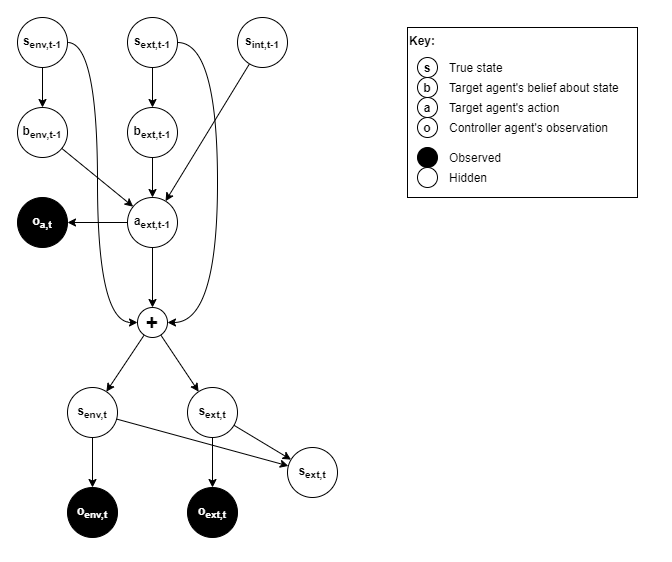
The draw.io diagram files/Autonomous-monitoring-and-control-target-behaviour-model.png in malcolmlett/malcolmlett.github.io, before a commit. Source tidied: cells renumbered, new cells last; positions are measured from the earlier drawing's top-left corner, leaving out a move shared by most shapes. The source it was exported from:
```xml
<mxGraphModel>
  <root>
    <mxCell id="0" />
    <mxCell id="1" parent="0" />
    <mxCell id="2" value="o&lt;sub&gt;a,t&lt;/sub&gt;" style="ellipse;whiteSpace=wrap;html=1;fontStyle=1;fontSize=12;fillColor=#000000;fontColor=#FFFFFF;" parent="1" vertex="1">
      <mxGeometry y="180" width="50" height="50" as="geometry" />
    </mxCell>
    <mxCell id="3" style="edgeStyle=none;rounded=0;jettySize=auto;html=1;fontSize=21;" parent="1" edge="1" source="5" target="12">
      <mxGeometry relative="1" as="geometry" />
    </mxCell>
    <mxCell id="4" style="edgeStyle=orthogonalEdgeStyle;curved=1;rounded=0;jettySize=auto;html=1;fontSize=21;entryX=0;entryY=0.5;entryDx=0;entryDy=0;" parent="1" edge="1" source="5" target="20">
      <mxGeometry relative="1" as="geometry">
        <Array as="points">
          <mxPoint x="80" y="25" />
          <mxPoint x="80" y="305" />
        </Array>
      </mxGeometry>
    </mxCell>
    <mxCell id="5" value="s&lt;sub&gt;env,t-1&lt;/sub&gt;" style="ellipse;whiteSpace=wrap;html=1;fontStyle=1;fontSize=12;" parent="1" vertex="1">
      <mxGeometry width="50" height="50" as="geometry" />
    </mxCell>
    <mxCell id="6" style="edgeStyle=none;rounded=0;jettySize=auto;html=1;fontSize=21;" parent="1" edge="1" source="8" target="14">
      <mxGeometry relative="1" as="geometry" />
    </mxCell>
    <mxCell id="7" style="edgeStyle=orthogonalEdgeStyle;rounded=0;jettySize=auto;html=1;fontSize=21;curved=1;" parent="1" edge="1" source="8" target="20">
      <mxGeometry relative="1" as="geometry">
        <Array as="points">
          <mxPoint x="200" y="25" />
          <mxPoint x="200" y="305" />
        </Array>
      </mxGeometry>
    </mxCell>
    <mxCell id="8" value="&lt;span style=&quot;font-size: 12px&quot;&gt;s&lt;/span&gt;&lt;sub&gt;ext,t-1&lt;/sub&gt;" style="ellipse;whiteSpace=wrap;html=1;fontStyle=1;fontSize=12;" parent="1" vertex="1">
      <mxGeometry x="110" width="50" height="50" as="geometry" />
    </mxCell>
    <mxCell id="9" style="edgeStyle=none;rounded=0;jettySize=auto;html=1;fontSize=21;" parent="1" edge="1" source="10" target="17">
      <mxGeometry relative="1" as="geometry" />
    </mxCell>
    <mxCell id="10" value="s&lt;sub&gt;int,t-1&lt;/sub&gt;" style="ellipse;whiteSpace=wrap;html=1;fontStyle=1;fontSize=12;" parent="1" vertex="1">
      <mxGeometry x="220" width="50" height="50" as="geometry" />
    </mxCell>
    <mxCell id="11" style="rounded=0;jettySize=auto;html=1;fontSize=21;" parent="1" edge="1" source="12" target="17">
      <mxGeometry relative="1" as="geometry" />
    </mxCell>
    <mxCell id="12" value="&lt;span style=&quot;font-size: 12px&quot;&gt;b&lt;/span&gt;&lt;sub&gt;env,t-1&lt;/sub&gt;" style="ellipse;whiteSpace=wrap;html=1;fontStyle=1;fontSize=12;" parent="1" vertex="1">
      <mxGeometry y="90" width="50" height="50" as="geometry" />
    </mxCell>
    <mxCell id="13" style="edgeStyle=orthogonalEdgeStyle;rounded=0;jettySize=auto;html=1;fontSize=21;" parent="1" edge="1" source="14" target="17">
      <mxGeometry relative="1" as="geometry" />
    </mxCell>
    <mxCell id="14" value="&lt;span style=&quot;font-size: 12px&quot;&gt;b&lt;/span&gt;&lt;sub&gt;ext,t-1&lt;/sub&gt;" style="ellipse;whiteSpace=wrap;html=1;fontStyle=1;fontSize=12;" parent="1" vertex="1">
      <mxGeometry x="110" y="90" width="50" height="50" as="geometry" />
    </mxCell>
    <mxCell id="15" style="edgeStyle=orthogonalEdgeStyle;rounded=0;jettySize=auto;html=1;fontSize=21;" parent="1" edge="1" source="17" target="2">
      <mxGeometry relative="1" as="geometry" />
    </mxCell>
    <mxCell id="16" style="rounded=0;jettySize=auto;html=1;fontSize=21;" parent="1" edge="1" source="17" target="20">
      <mxGeometry relative="1" as="geometry" />
    </mxCell>
    <mxCell id="17" value="&lt;span style=&quot;font-size: 12px&quot;&gt;a&lt;/span&gt;&lt;sub&gt;ext,t-1&lt;/sub&gt;" style="ellipse;whiteSpace=wrap;html=1;fontStyle=1;fontSize=12;" parent="1" vertex="1">
      <mxGeometry x="110" y="180" width="50" height="50" as="geometry" />
    </mxCell>
    <mxCell id="18" style="edgeStyle=none;rounded=0;jettySize=auto;html=1;fontSize=21;" parent="1" edge="1" source="20" target="23">
      <mxGeometry relative="1" as="geometry" />
    </mxCell>
    <mxCell id="19" style="edgeStyle=none;rounded=0;jettySize=auto;html=1;fontSize=21;" parent="1" edge="1" source="20" target="26">
      <mxGeometry relative="1" as="geometry" />
    </mxCell>
    <mxCell id="20" value="+" style="ellipse;whiteSpace=wrap;html=1;fontStyle=1;fontSize=21;" parent="1" vertex="1">
      <mxGeometry x="120" y="290" width="30" height="30" as="geometry" />
    </mxCell>
    <mxCell id="21" style="edgeStyle=none;rounded=0;jettySize=auto;html=1;fontSize=21;" parent="1" edge="1" source="23" target="28">
      <mxGeometry relative="1" as="geometry" />
    </mxCell>
    <mxCell id="22" style="edgeStyle=none;rounded=0;jettySize=auto;html=1;fontSize=21;" parent="1" edge="1" source="23" target="27">
      <mxGeometry relative="1" as="geometry" />
    </mxCell>
    <mxCell id="23" value="s&lt;sub&gt;env,t&lt;/sub&gt;" style="ellipse;whiteSpace=wrap;html=1;fontStyle=1;fontSize=12;" parent="1" vertex="1">
      <mxGeometry x="50" y="370" width="50" height="50" as="geometry" />
    </mxCell>
    <mxCell id="24" style="edgeStyle=none;rounded=0;jettySize=auto;html=1;fontSize=21;" parent="1" edge="1" source="26" target="29">
      <mxGeometry relative="1" as="geometry" />
    </mxCell>
    <mxCell id="25" style="edgeStyle=none;rounded=0;jettySize=auto;html=1;fontSize=21;" parent="1" edge="1" source="26" target="27">
      <mxGeometry relative="1" as="geometry" />
    </mxCell>
    <mxCell id="26" value="s&lt;sub&gt;ext,t&lt;/sub&gt;" style="ellipse;whiteSpace=wrap;html=1;fontStyle=1;fontSize=12;" parent="1" vertex="1">
      <mxGeometry x="170" y="370" width="50" height="50" as="geometry" />
    </mxCell>
    <mxCell id="27" value="s&lt;sub&gt;ext,t&lt;/sub&gt;" style="ellipse;whiteSpace=wrap;html=1;fontStyle=1;fontSize=12;" parent="1" vertex="1">
      <mxGeometry x="270" y="430" width="50" height="50" as="geometry" />
    </mxCell>
    <mxCell id="28" value="o&lt;sub&gt;env,t&lt;/sub&gt;" style="ellipse;whiteSpace=wrap;html=1;fontStyle=1;fontSize=12;fillColor=#000000;fontColor=#FFFFFF;" parent="1" vertex="1">
      <mxGeometry x="50" y="470" width="50" height="50" as="geometry" />
    </mxCell>
    <mxCell id="29" value="o&lt;sub&gt;ext,t&lt;/sub&gt;" style="ellipse;whiteSpace=wrap;html=1;fontStyle=1;fontSize=12;fillColor=#000000;fontColor=#FFFFFF;" parent="1" vertex="1">
      <mxGeometry x="170" y="470" width="50" height="50" as="geometry" />
    </mxCell>
    <mxCell id="30" value="Key:" style="rounded=0;whiteSpace=wrap;html=1;fontStyle=1;align=left;verticalAlign=top;" parent="1" vertex="1">
      <mxGeometry x="390" y="10" width="230" height="170" as="geometry" />
    </mxCell>
    <mxCell id="31" value="s" style="ellipse;whiteSpace=wrap;html=1;fontStyle=1;fontSize=12;" parent="1" vertex="1">
      <mxGeometry x="400" y="40" width="20" height="20" as="geometry" />
    </mxCell>
    <mxCell id="32" value="b" style="ellipse;whiteSpace=wrap;html=1;fontStyle=1;fontSize=12;" parent="1" vertex="1">
      <mxGeometry x="400" y="60" width="20" height="20" as="geometry" />
    </mxCell>
    <mxCell id="33" value="a" style="ellipse;whiteSpace=wrap;html=1;fontStyle=1;fontSize=12;" parent="1" vertex="1">
      <mxGeometry x="400" y="80" width="20" height="20" as="geometry" />
    </mxCell>
    <mxCell id="34" value="o" style="ellipse;whiteSpace=wrap;html=1;fontStyle=1;fontSize=12;" parent="1" vertex="1">
      <mxGeometry x="400" y="100" width="20" height="20" as="geometry" />
    </mxCell>
    <mxCell id="35" value="True state" style="text;html=1;strokeColor=none;fillColor=none;align=left;verticalAlign=middle;whiteSpace=wrap;rounded=0;fontSize=12;" parent="1" vertex="1">
      <mxGeometry x="430" y="40" width="110" height="20" as="geometry" />
    </mxCell>
    <mxCell id="36" value="Target agent's belief about state" style="text;html=1;strokeColor=none;fillColor=none;align=left;verticalAlign=middle;whiteSpace=wrap;rounded=0;fontSize=12;" parent="1" vertex="1">
      <mxGeometry x="430" y="60" width="200" height="20" as="geometry" />
    </mxCell>
    <mxCell id="37" value="Target agent's action" style="text;html=1;strokeColor=none;fillColor=none;align=left;verticalAlign=middle;whiteSpace=wrap;rounded=0;fontSize=12;" parent="1" vertex="1">
      <mxGeometry x="430" y="80" width="200" height="20" as="geometry" />
    </mxCell>
    <mxCell id="38" value="Controller agent's observation" style="text;html=1;strokeColor=none;fillColor=none;align=left;verticalAlign=middle;whiteSpace=wrap;rounded=0;fontSize=12;" parent="1" vertex="1">
      <mxGeometry x="430" y="100" width="200" height="20" as="geometry" />
    </mxCell>
    <mxCell id="39" style="ellipse;whiteSpace=wrap;html=1;fontStyle=1;fontSize=12;fillColor=#000000;" parent="1" vertex="1">
      <mxGeometry x="400" y="130" width="20" height="20" as="geometry" />
    </mxCell>
    <mxCell id="40" style="ellipse;whiteSpace=wrap;html=1;fontStyle=1;fontSize=12;" parent="1" vertex="1">
      <mxGeometry x="400" y="150" width="20" height="20" as="geometry" />
    </mxCell>
    <mxCell id="41" value="Observed" style="text;html=1;strokeColor=none;fillColor=none;align=left;verticalAlign=middle;whiteSpace=wrap;rounded=0;fontSize=12;" parent="1" vertex="1">
      <mxGeometry x="430" y="130" width="200" height="20" as="geometry" />
    </mxCell>
    <mxCell id="42" value="Hidden" style="text;html=1;strokeColor=none;fillColor=none;align=left;verticalAlign=middle;whiteSpace=wrap;rounded=0;fontSize=12;" parent="1" vertex="1">
      <mxGeometry x="430" y="150" width="200" height="20" as="geometry" />
    </mxCell>
  </root>
</mxGraphModel>
```
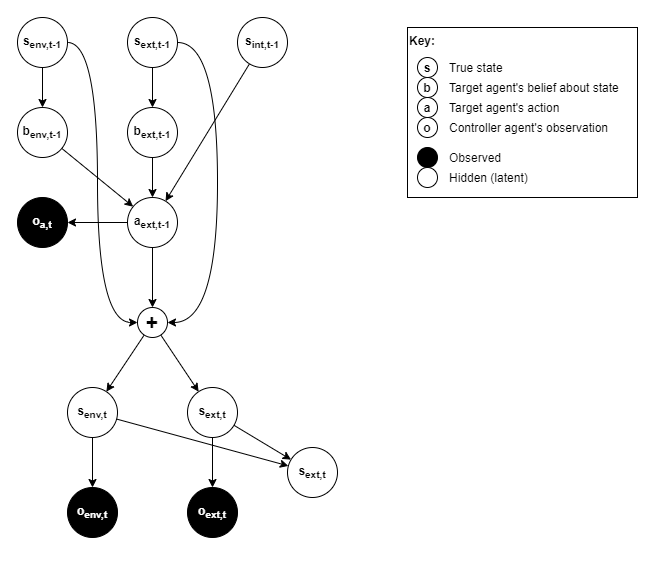
After the commit.

Commit message:
Goal selection diagram

What changed in the source:
```diff
@@ -132,7 +132,7 @@
     <mxCell id="41" value="Observed" style="text;html=1;strokeColor=none;fillColor=none;align=left;verticalAlign=middle;whiteSpace=wrap;rounded=0;fontSize=12;" parent="1" vertex="1">
       <mxGeometry x="430" y="130" width="200" height="20" as="geometry" />
     </mxCell>
-    <mxCell id="42" value="Hidden" style="text;html=1;strokeColor=none;fillColor=none;align=left;verticalAlign=middle;whiteSpace=wrap;rounded=0;fontSize=12;" parent="1" vertex="1">
+    <mxCell id="42" value="Hidden (latent)" style="text;html=1;strokeColor=none;fillColor=none;align=left;verticalAlign=middle;whiteSpace=wrap;rounded=0;fontSize=12;" parent="1" vertex="1">
       <mxGeometry x="430" y="150" width="200" height="20" as="geometry" />
     </mxCell>
   </root>
```
